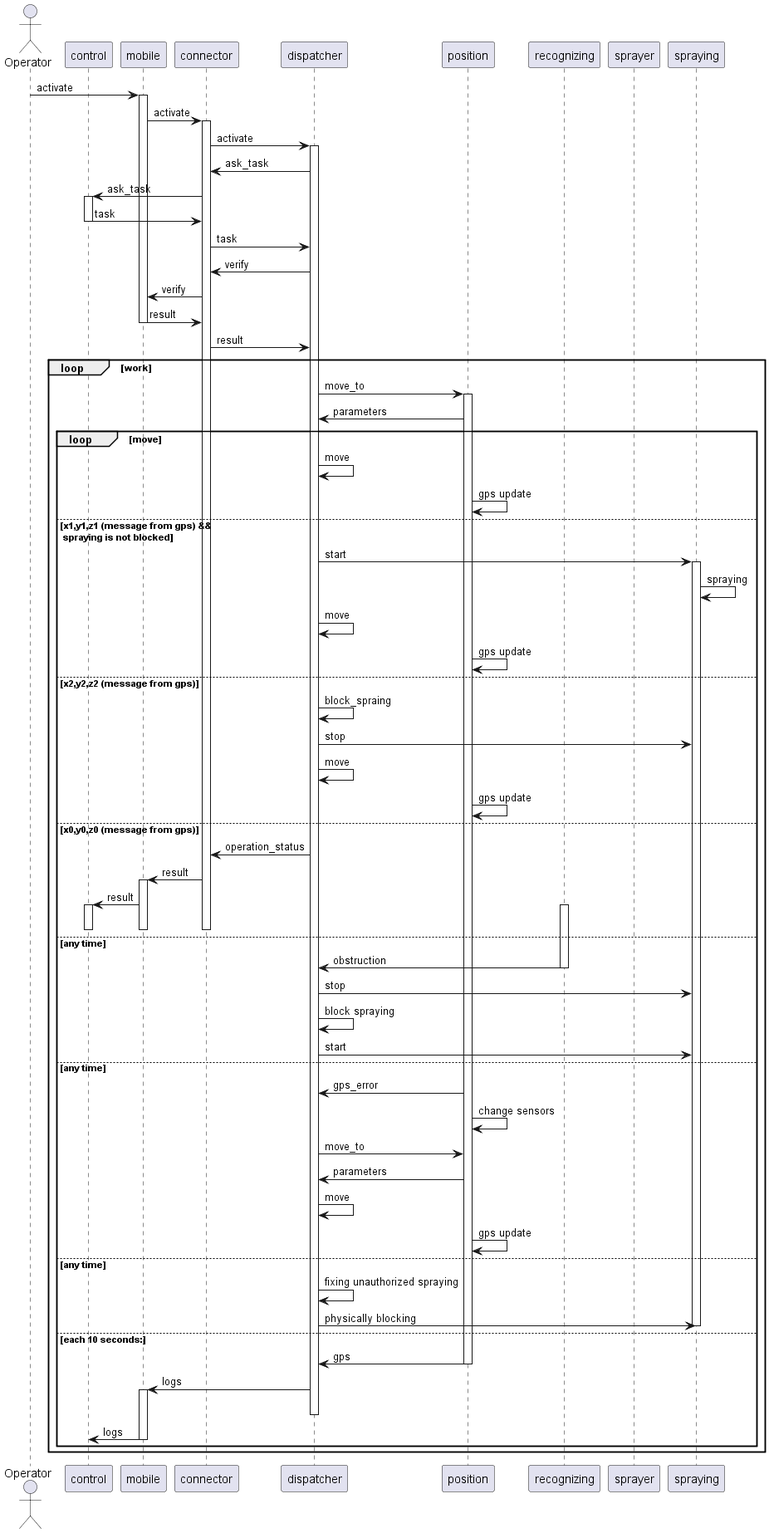
This is pics/sd.png from sergey-sobolev/cyberimmune-systems-case-study-drone, a PlantUML export, as it was before one commit.
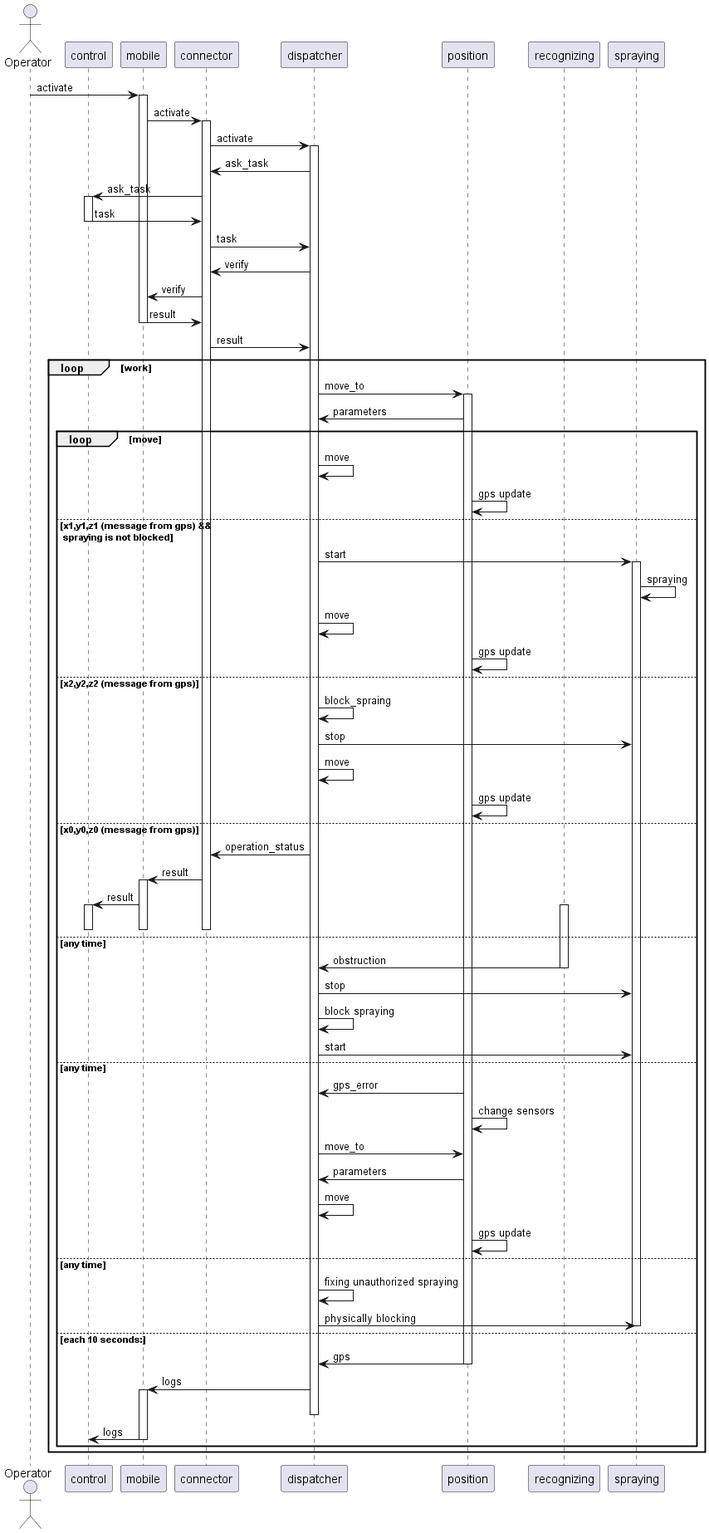
Later version of the same file.

Diff of the diagram source:
```diff
@@ -6,7 +6,7 @@
 participant dispatcher
 participant position
 participant recognizing
-participant sprayer
+participant spraying
 
 
 
```
